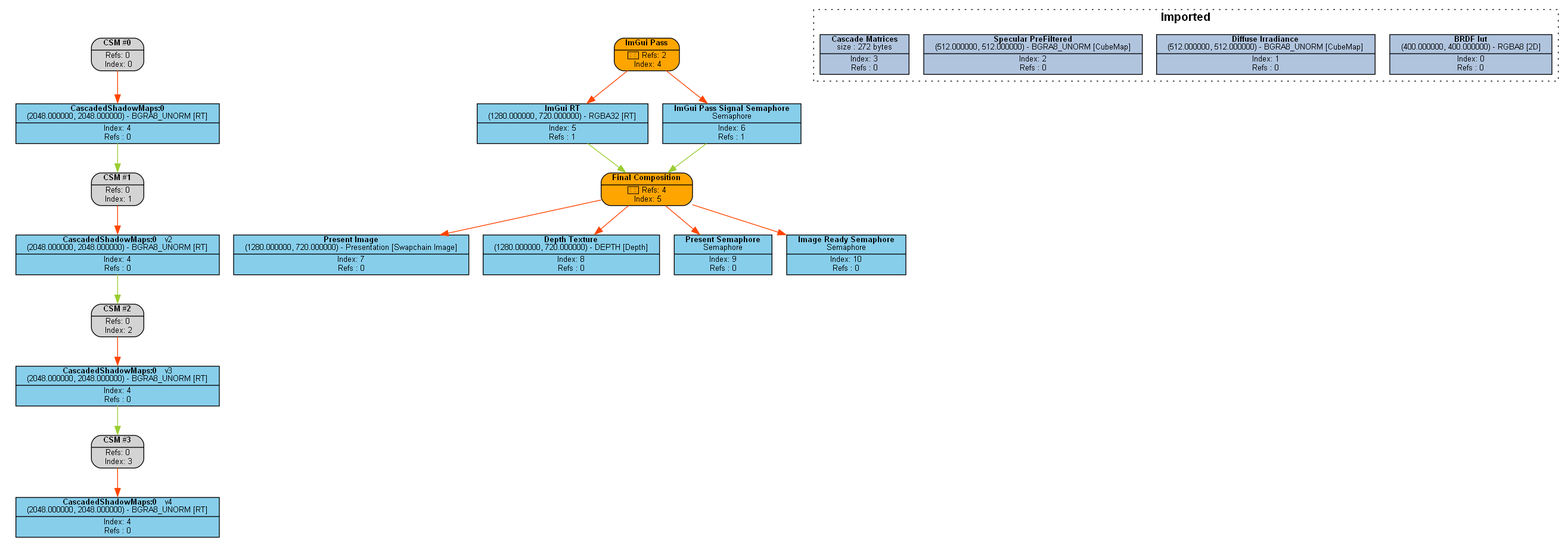
Pikachuxxxx/Razix keeps this Graphviz diagram as Engine/content/FrameGraphs/PNG/frame_graph_test.png. Above is the earlier version. Its source is kept beside it as Engine/content/FrameGraphs/frame_graph_test.dot.
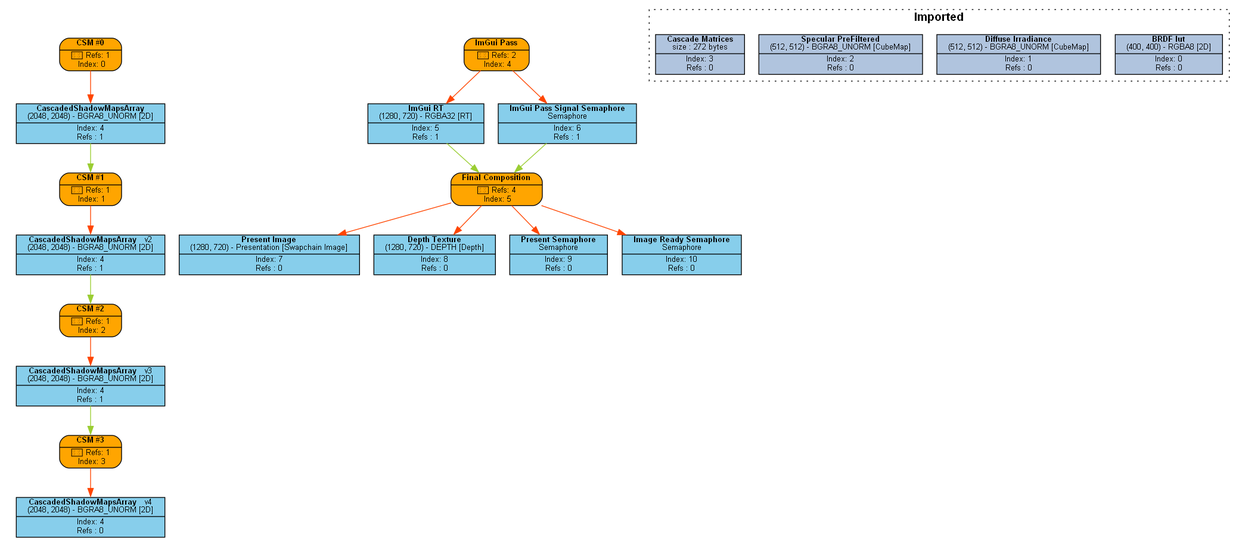
After the change.

Change to the diagram source:
```diff
@@ -2,25 +2,25 @@
 graph [style=invis, rankdir="TB" ordering=out, splines=spline]
 node [shape=record, fontname="helvetica", fontsize=10, margin="0.2,0.03"]
 
-P0 [label=<{ {<B>CSM #0</B>} | {Refs: 0<BR/> Index: 0} }> style="rounded,filled", fillcolor=lightgray]
-P1 [label=<{ {<B>CSM #1</B>} | {Refs: 0<BR/> Index: 1} }> style="rounded,filled", fillcolor=lightgray]
-P2 [label=<{ {<B>CSM #2</B>} | {Refs: 0<BR/> Index: 2} }> style="rounded,filled", fillcolor=lightgray]
-P3 [label=<{ {<B>CSM #3</B>} | {Refs: 0<BR/> Index: 3} }> style="rounded,filled", fillcolor=lightgray]
+P0 [label=<{ {<B>CSM #0</B>} | {&#x2605; Refs: 1<BR/> Index: 0} }> style="rounded,filled", fillcolor=orange]
+P1 [label=<{ {<B>CSM #1</B>} | {&#x2605; Refs: 1<BR/> Index: 1} }> style="rounded,filled", fillcolor=orange]
+P2 [label=<{ {<B>CSM #2</B>} | {&#x2605; Refs: 1<BR/> Index: 2} }> style="rounded,filled", fillcolor=orange]
+P3 [label=<{ {<B>CSM #3</B>} | {&#x2605; Refs: 1<BR/> Index: 3} }> style="rounded,filled", fillcolor=orange]
 P4 [label=<{ {<B>ImGui Pass</B>} | {&#x2605; Refs: 2<BR/> Index: 4} }> style="rounded,filled", fillcolor=orange]
 P5 [label=<{ {<B>Final Composition</B>} | {&#x2605; Refs: 4<BR/> Index: 5} }> style="rounded,filled", fillcolor=orange]
 
-R0_1 [label=<{ {<B>BRDF lut</B><BR/>(400.000000, 400.000000) - RGBA8 [2D]} | {Index: 0<BR/>Refs : 0} }> style=filled, fillcolor=lightsteelblue]
-R1_1 [label=<{ {<B>Diffuse Irradiance</B><BR/>(512.000000, 512.000000) - BGRA8_UNORM [CubeMap]} | {Index: 1<BR/>Refs : 0} }> style=filled, fillcolor=lightsteelblue]
-R2_1 [label=<{ {<B>Specular PreFiltered</B><BR/>(512.000000, 512.000000) - BGRA8_UNORM [CubeMap]} | {Index: 2<BR/>Refs : 0} }> style=filled, fillcolor=lightsteelblue]
+R0_1 [label=<{ {<B>BRDF lut</B><BR/>(400, 400) - RGBA8 [2D]} | {Index: 0<BR/>Refs : 0} }> style=filled, fillcolor=lightsteelblue]
+R1_1 [label=<{ {<B>Diffuse Irradiance</B><BR/>(512, 512) - BGRA8_UNORM [CubeMap]} | {Index: 1<BR/>Refs : 0} }> style=filled, fillcolor=lightsteelblue]
+R2_1 [label=<{ {<B>Specular PreFiltered</B><BR/>(512, 512) - BGRA8_UNORM [CubeMap]} | {Index: 2<BR/>Refs : 0} }> style=filled, fillcolor=lightsteelblue]
 R3_1 [label=<{ {<B>Cascade Matrices</B><BR/>size : 272 bytes} | {Index: 3<BR/>Refs : 0} }> style=filled, fillcolor=lightsteelblue]
-R4_1 [label=<{ {<B>CascadedShadowMaps:0</B><BR/>(2048.000000, 2048.000000) - BGRA8_UNORM [RT]} | {Index: 4<BR/>Refs : 0} }> style=filled, fillcolor=skyblue]
-R4_2 [label=<{ {<B>CascadedShadowMaps:0</B>   <FONT>v2</FONT><BR/>(2048.000000, 2048.000000) - BGRA8_UNORM [RT]} | {Index: 4<BR/>Refs : 0} }> style=filled, fillcolor=skyblue]
-R4_3 [label=<{ {<B>CascadedShadowMaps:0</B>   <FONT>v3</FONT><BR/>(2048.000000, 2048.000000) - BGRA8_UNORM [RT]} | {Index: 4<BR/>Refs : 0} }> style=filled, fillcolor=skyblue]
-R4_4 [label=<{ {<B>CascadedShadowMaps:0</B>   <FONT>v4</FONT><BR/>(2048.000000, 2048.000000) - BGRA8_UNORM [RT]} | {Index: 4<BR/>Refs : 0} }> style=filled, fillcolor=skyblue]
-R5_1 [label=<{ {<B>ImGui RT</B><BR/>(1280.000000, 720.000000) - RGBA32 [RT]} | {Index: 5<BR/>Refs : 1} }> style=filled, fillcolor=skyblue]
+R4_1 [label=<{ {<B>CascadedShadowMapsArray</B><BR/>(2048, 2048) - BGRA8_UNORM [2D]} | {Index: 4<BR/>Refs : 1} }> style=filled, fillcolor=skyblue]
+R4_2 [label=<{ {<B>CascadedShadowMapsArray</B>   <FONT>v2</FONT><BR/>(2048, 2048) - BGRA8_UNORM [2D]} | {Index: 4<BR/>Refs : 1} }> style=filled, fillcolor=skyblue]
+R4_3 [label=<{ {<B>CascadedShadowMapsArray</B>   <FONT>v3</FONT><BR/>(2048, 2048) - BGRA8_UNORM [2D]} | {Index: 4<BR/>Refs : 1} }> style=filled, fillcolor=skyblue]
+R4_4 [label=<{ {<B>CascadedShadowMapsArray</B>   <FONT>v4</FONT><BR/>(2048, 2048) - BGRA8_UNORM [2D]} | {Index: 4<BR/>Refs : 0} }> style=filled, fillcolor=skyblue]
+R5_1 [label=<{ {<B>ImGui RT</B><BR/>(1280, 720) - RGBA32 [RT]} | {Index: 5<BR/>Refs : 1} }> style=filled, fillcolor=skyblue]
 R6_1 [label=<{ {<B>ImGui Pass Signal Semaphore</B><BR/>Semaphore} | {Index: 6<BR/>Refs : 1} }> style=filled, fillcolor=skyblue]
-R7_1 [label=<{ {<B>Present Image</B><BR/>(1280.000000, 720.000000) - Presentation [Swapchain Image]} | {Index: 7<BR/>Refs : 0} }> style=filled, fillcolor=skyblue]
-R8_1 [label=<{ {<B>Depth Texture</B><BR/>(1280.000000, 720.000000) - DEPTH [Depth]} | {Index: 8<BR/>Refs : 0} }> style=filled, fillcolor=skyblue]
+R7_1 [label=<{ {<B>Present Image</B><BR/>(1280, 720) - Presentation [Swapchain Image]} | {Index: 7<BR/>Refs : 0} }> style=filled, fillcolor=skyblue]
+R8_1 [label=<{ {<B>Depth Texture</B><BR/>(1280, 720) - DEPTH [Depth]} | {Index: 8<BR/>Refs : 0} }> style=filled, fillcolor=skyblue]
 R9_1 [label=<{ {<B>Present Semaphore</B><BR/>Semaphore} | {Index: 9<BR/>Refs : 0} }> style=filled, fillcolor=skyblue]
 R10_1 [label=<{ {<B>Image Ready Semaphore</B><BR/>Semaphore} | {Index: 10<BR/>Refs : 0} }> style=filled, fillcolor=skyblue]
 
```
